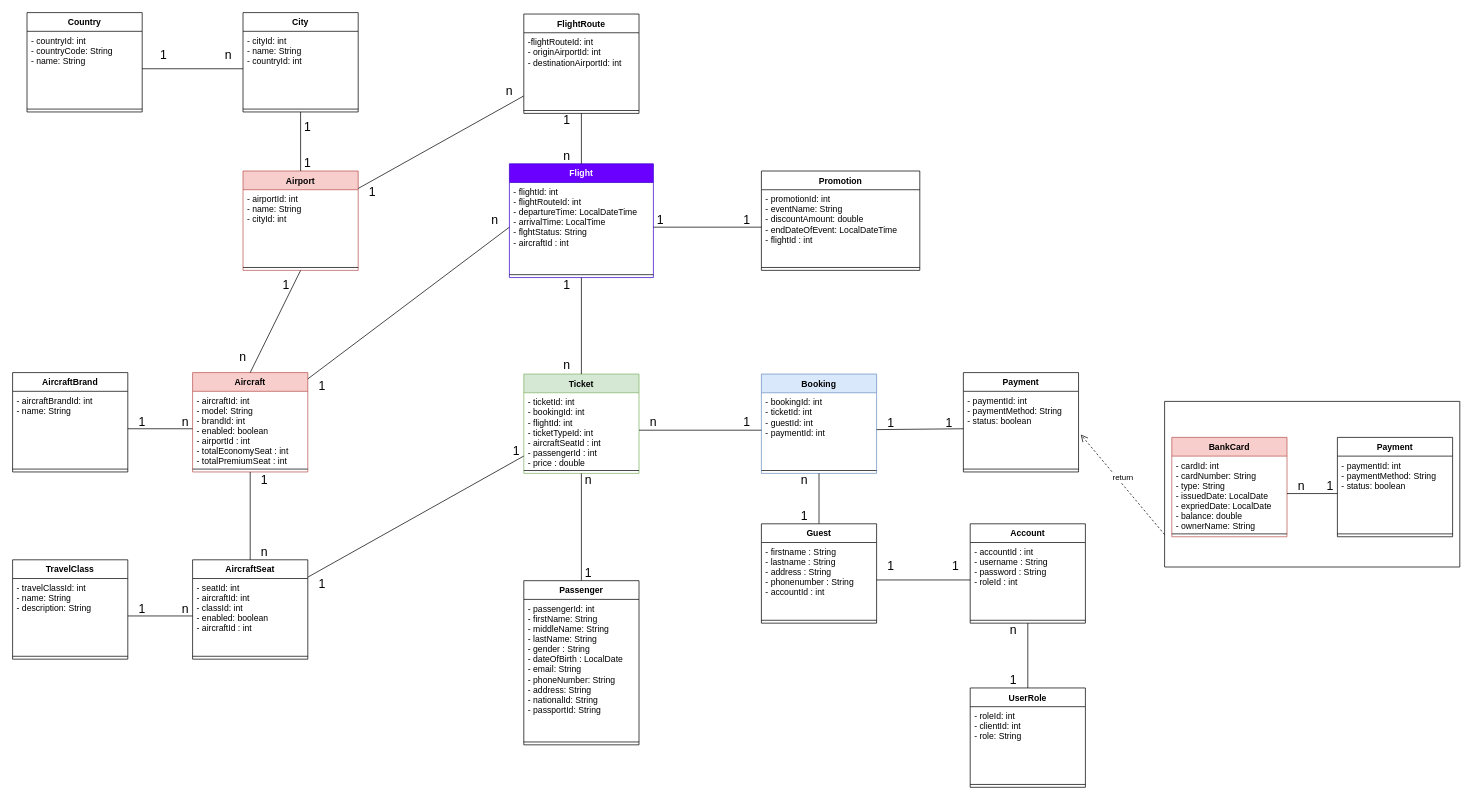
Earlier version of the draw.io diagram page "Page-3" (3 of 4) of Design (1).drawio (Minh-Huy-FlightBooking/flightbookingsystem). Source tidied: cells renumbered, new cells numbered last; positions are measured from the earlier drawing's top-left corner, leaving out a move shared by most shapes. Both pictures are drawn from the tidied source at 72%, with x=0, y=0 at pixel (12, 12).
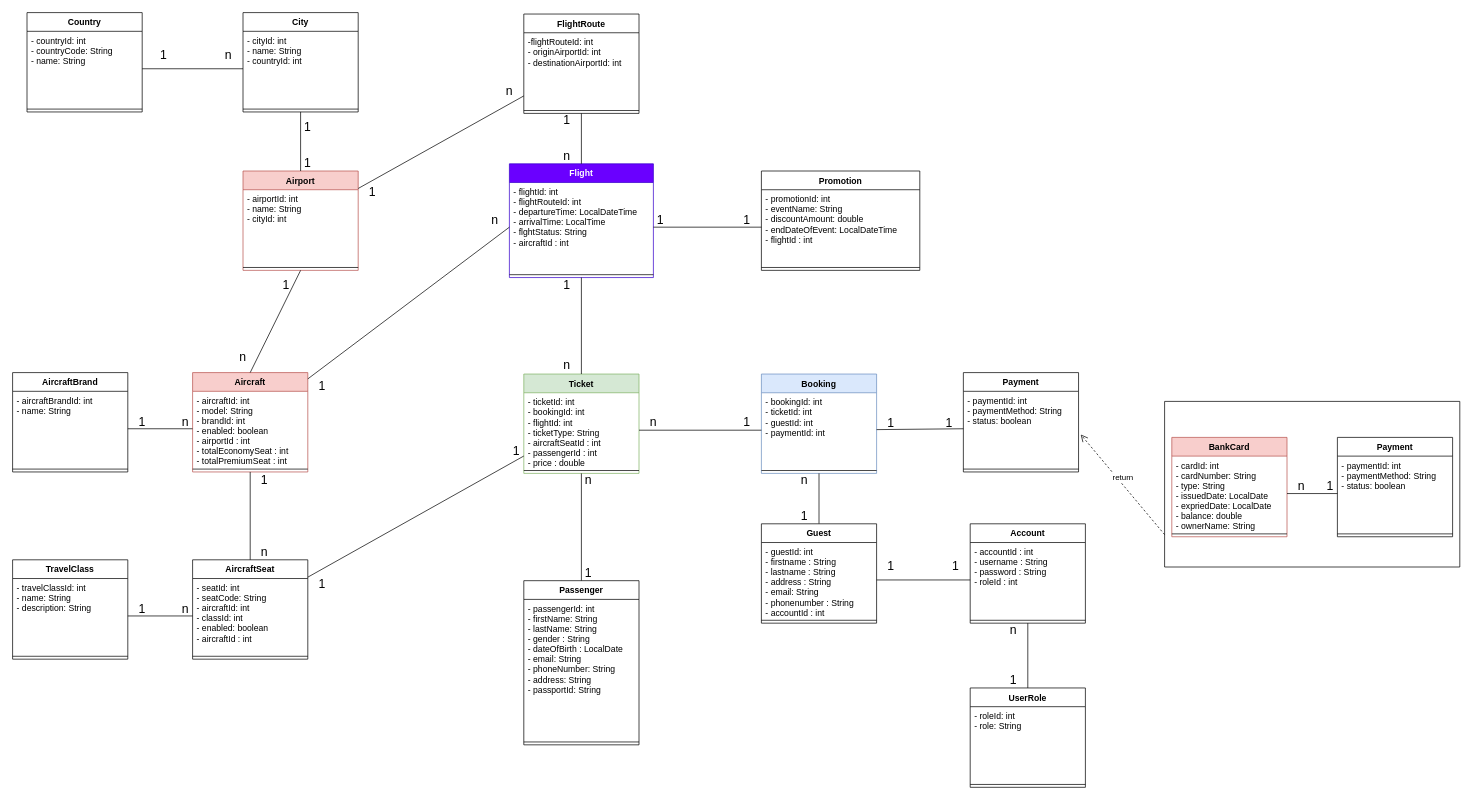
After the change.

The change refers to these unchanged cells:
```xml
<mxCell id="17" value="Ticket" style="swimlane;fontStyle=1;align=center;verticalAlign=top;horizontal=1;startSize=26;fillColor=#d5e8d4;strokeColor=#82b366;" parent="1" vertex="1">
  <mxGeometry x="710" y="502" width="160" height="138" as="geometry" />
</mxCell>
<mxCell id="20" value="Passenger" style="swimlane;fontStyle=1;align=center;verticalAlign=top;horizontal=1;startSize=26;" parent="1" vertex="1">
  <mxGeometry x="710" y="789" width="160" height="228" as="geometry" />
</mxCell>
<mxCell id="23" value="AircraftSeat" style="swimlane;fontStyle=1;align=center;verticalAlign=top;horizontal=1;startSize=26;" parent="1" vertex="1">
  <mxGeometry x="250" y="760" width="160" height="138" as="geometry" />
</mxCell>
<mxCell id="41" value="UserRole" style="swimlane;fontStyle=1;align=center;verticalAlign=top;horizontal=1;startSize=26;" parent="1" vertex="1">
  <mxGeometry x="1330" y="938" width="160" height="138" as="geometry" />
</mxCell>
<mxCell id="115" value="Guest" style="swimlane;fontStyle=1;align=center;verticalAlign=top;horizontal=1;startSize=26;" parent="1" vertex="1">
  <mxGeometry x="1040" y="710" width="160" height="138" as="geometry" />
</mxCell>
```

Diff of the diagram source:
```diff
@@
-    <mxCell id="18" value="- ticketId: int&#10;- bookingId: int&#10;- flightId: int&#10;- ticketTypeId: int&#10;- aircraftSeatId : int&#10;- passengerId : int&#10;- price : double" style="text;strokeColor=none;fillColor=none;align=left;verticalAlign=top;spacingLeft=4;spacingRight=4;overflow=hidden;points=[[0,0.5],[1,0.5]];portConstraint=eastwest;" parent="17" vertex="1">
+    <mxCell id="18" value="- ticketId: int&#10;- bookingId: int&#10;- flightId: int&#10;- ticketType: String&#10;- aircraftSeatId : int&#10;- passengerId : int&#10;- price : double" style="text;strokeColor=none;fillColor=none;align=left;verticalAlign=top;spacingLeft=4;spacingRight=4;overflow=hidden;points=[[0,0.5],[1,0.5]];portConstraint=eastwest;" parent="17" vertex="1">
       <mxGeometry y="26" width="160" height="104" as="geometry" />
     </mxCell>
@@
-    <mxCell id="21" value="- passengerId: int&#10;- firstName: String&#10;- middleName: String&#10;- lastName: String&#10;- gender : String&#10;- dateOfBirth : LocalDate&#10;- email: String&#10;- phoneNumber: String&#10;- address: String&#10;- nationalId: String&#10;- passportId: String" style="text;strokeColor=none;fillColor=none;align=left;verticalAlign=top;spacingLeft=4;spacingRight=4;overflow=hidden;" parent="20" vertex="1">
+    <mxCell id="21" value="- passengerId: int&#10;- firstName: String&#10;- lastName: String&#10;- gender : String&#10;- dateOfBirth : LocalDate&#10;- email: String&#10;- phoneNumber: String&#10;- address: String&#10;- passportId: String" style="text;strokeColor=none;fillColor=none;align=left;verticalAlign=top;spacingLeft=4;spacingRight=4;overflow=hidden;" parent="20" vertex="1">
       <mxGeometry y="26" width="160" height="194" as="geometry" />
     </mxCell>
@@
-    <mxCell id="24" value="- seatId: int&#10;- aircraftId: int&#10;- classId: int&#10;- enabled: boolean&#10;- aircraftId : int&#10;" style="text;strokeColor=none;fillColor=none;align=left;verticalAlign=top;spacingLeft=4;spacingRight=4;overflow=hidden;points=[[0,0.5],[1,0.5]];portConstraint=eastwest;" parent="23" vertex="1">
+    <mxCell id="24" value="- seatId: int&#10;- seatCode: String&#10;- aircraftId: int&#10;- classId: int&#10;- enabled: boolean&#10;- aircraftId : int&#10;" style="text;strokeColor=none;fillColor=none;align=left;verticalAlign=top;spacingLeft=4;spacingRight=4;overflow=hidden;points=[[0,0.5],[1,0.5]];portConstraint=eastwest;" parent="23" vertex="1">
       <mxGeometry y="26" width="160" height="104" as="geometry" />
     </mxCell>
@@
-    <mxCell id="42" value="- roleId: int&#10;- clientId: int&#10;- role: String" style="text;strokeColor=none;fillColor=none;align=left;verticalAlign=top;spacingLeft=4;spacingRight=4;overflow=hidden;" parent="41" vertex="1">
+    <mxCell id="42" value="- roleId: int&#10;- role: String" style="text;strokeColor=none;fillColor=none;align=left;verticalAlign=top;spacingLeft=4;spacingRight=4;overflow=hidden;" parent="41" vertex="1">
       <mxGeometry y="26" width="160" height="104" as="geometry" />
     </mxCell>
@@
-    <mxCell id="116" value="- firstname : String&#10;- lastname : String&#10;- address : String&#10;- phonenumber : String&#10;- accountId : int" style="text;strokeColor=none;fillColor=none;align=left;verticalAlign=top;spacingLeft=4;spacingRight=4;overflow=hidden;points=[[0,0.5],[1,0.5]];portConstraint=eastwest;" parent="115" vertex="1">
+    <mxCell id="116" value="- guestId: int&#10;- firstname : String&#10;- lastname : String&#10;- address : String&#10;- email: String&#10;- phonenumber : String&#10;- accountId : int" style="text;strokeColor=none;fillColor=none;align=left;verticalAlign=top;spacingLeft=4;spacingRight=4;overflow=hidden;points=[[0,0.5],[1,0.5]];portConstraint=eastwest;" parent="115" vertex="1">
       <mxGeometry y="26" width="160" height="104" as="geometry" />
     </mxCell>
```
